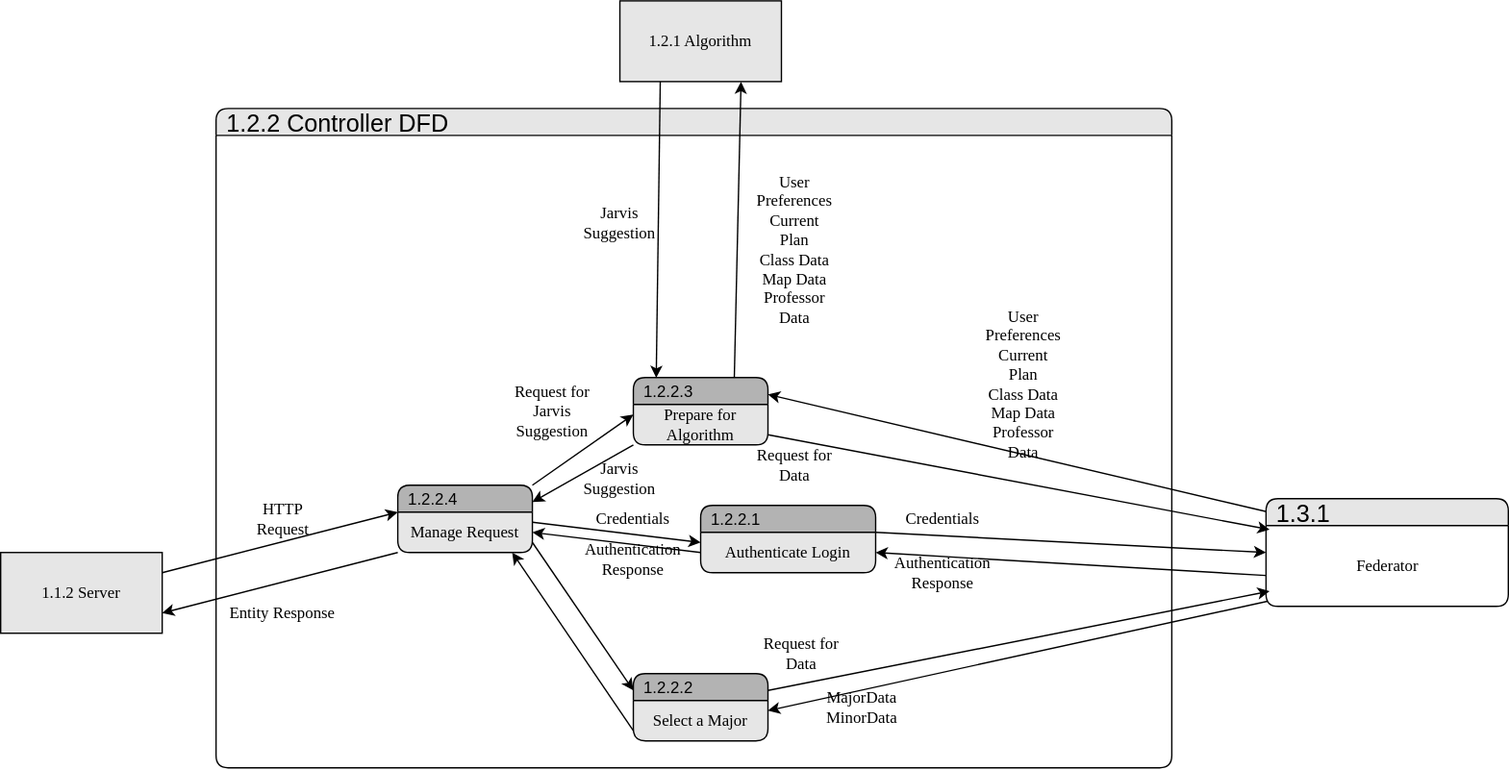
Above: TeamTwoFiles/SimpleController_DFD.drawio.svg in MckennahPalmer/CSE430 (draw.io), before the change. Source tidied: cells renumbered, new cells last; positions are measured from the earlier drawing's top-left corner, leaving out a move shared by most shapes.
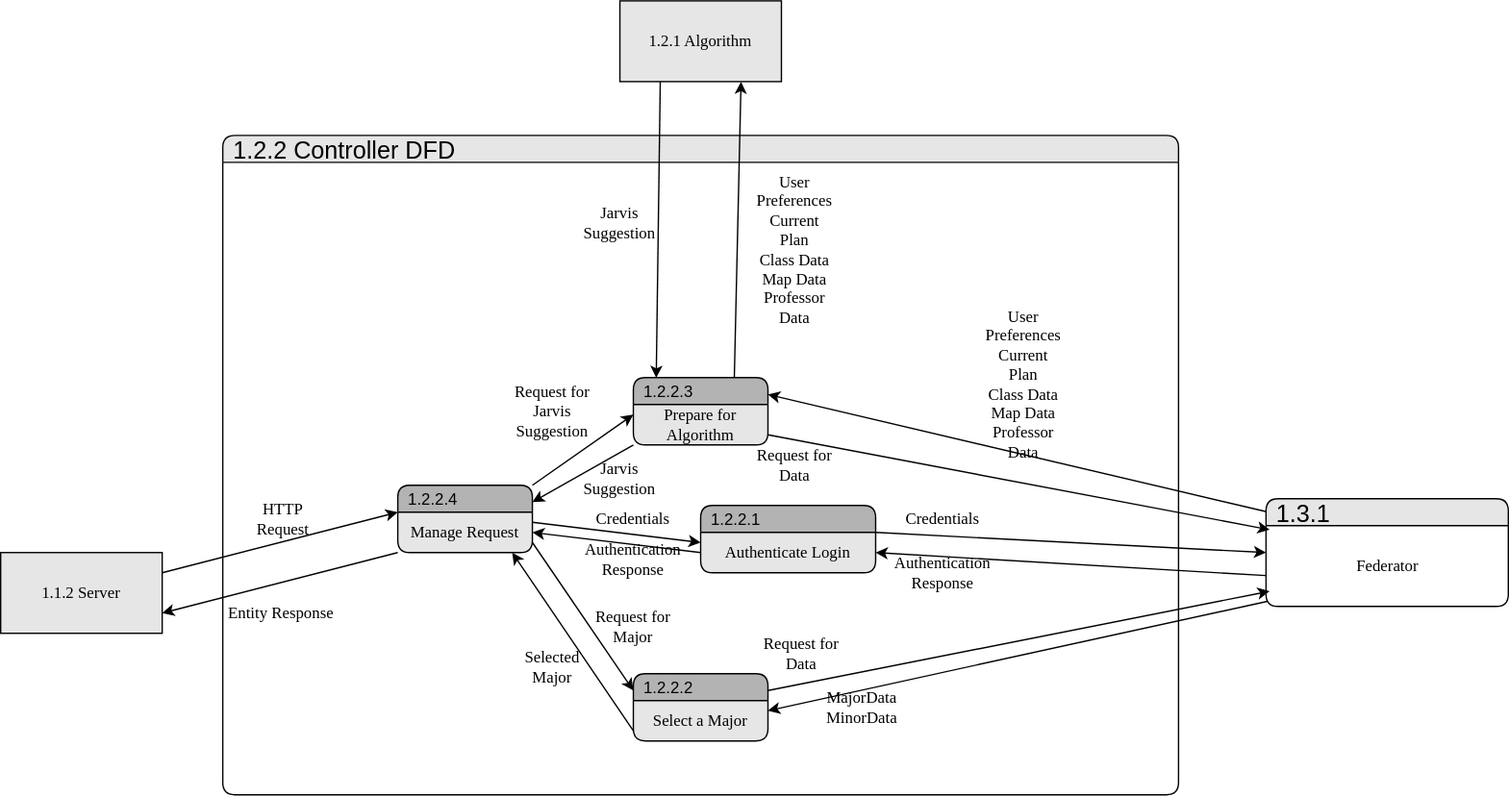
Above is the later version.

Commit message:
Update SimpleController_DFD.drawio.svg with missing flow details

Diff of the diagram source:
```diff
@@ -3,7 +3,7 @@
     <mxCell id="0" />
     <mxCell id="1" parent="0" />
     <mxCell id="2" value="1.2.2 Controller DFD" style="swimlane;fontStyle=0;horizontal=1;startSize=20;fillColor=#E6E6E6;swimlaneFillColor=#FFFFFF;rounded=1;strokeColor=default;align=left;verticalAlign=middle;fontFamily=Helvetica;fontSize=18;fontColor=default;spacingLeft=6;shadow=0;" parent="1" vertex="1">
-      <mxGeometry x="160" y="80" width="710" height="490" as="geometry" />
+      <mxGeometry x="165" y="100" width="710" height="490" as="geometry" />
     </mxCell>
     <mxCell id="3" style="edgeStyle=none;rounded=0;jettySize=auto;html=1;exitX=0.015;exitY=0.621;exitDx=0;exitDy=0;entryX=1;entryY=0.5;entryDx=0;entryDy=0;exitPerimeter=0;" parent="1" edge="1" source="7" target="11">
       <mxGeometry relative="1" as="geometry" />
@@ -135,5 +135,11 @@
     <mxCell id="44" value="&lt;font face=&quot;Times New Roman&quot;&gt;MajorData&lt;br&gt;MinorData&lt;br&gt;&lt;/font&gt;" style="text;html=1;align=center;verticalAlign=middle;whiteSpace=wrap;rounded=0;" parent="1" vertex="1">
       <mxGeometry x="610" y="510" width="60" height="30" as="geometry" />
     </mxCell>
+    <mxCell id="45" value="&lt;font face=&quot;Times New Roman&quot;&gt;Selected Major&lt;br&gt;&lt;/font&gt;" style="text;html=1;align=center;verticalAlign=middle;whiteSpace=wrap;rounded=0;" parent="1" vertex="1">
+      <mxGeometry x="380" y="480" width="60" height="30" as="geometry" />
+    </mxCell>
+    <mxCell id="46" value="&lt;font face=&quot;Times New Roman&quot;&gt;Request for Major&lt;br&gt;&lt;/font&gt;" style="text;html=1;align=center;verticalAlign=middle;whiteSpace=wrap;rounded=0;" parent="1" vertex="1">
+      <mxGeometry x="440" y="450" width="60" height="30" as="geometry" />
+    </mxCell>
   </root>
 </mxGraphModel>
```
